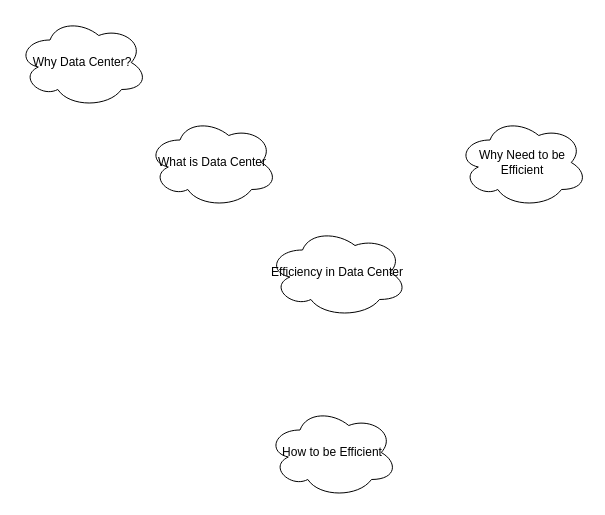
The draw.io diagram Untitled Diagram.drawio in Midebar/Basdat, before the edit. Source tidied: cells renumbered, new cells numbered last; positions are measured from the earlier drawing's top-left corner, leaving out a move shared by most shapes. Both pictures are drawn from the tidied source at 100%, with x=0, y=0 at pixel (17, 17).
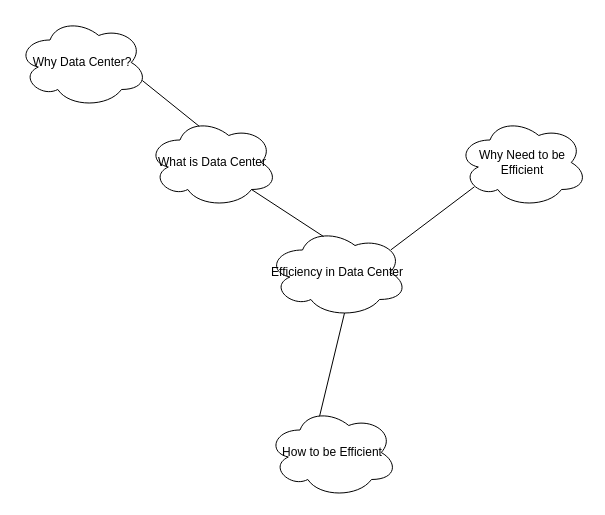
Above is the later version.

What changed in the source:
```diff
@@
 <mxGraphModel>
   <root>
     <mxCell id="0" />
     <mxCell id="1" parent="0" />
+    <mxCell id="7" style="rounded=0;jettySize=auto;html=1;exitX=0.55;exitY=0.95;exitDx=0;exitDy=0;exitPerimeter=0;entryX=0.4;entryY=0.1;entryDx=0;entryDy=0;entryPerimeter=0;endArrow=none;endFill=0;" parent="1" edge="1" source="2" target="5">
+      <mxGeometry relative="1" as="geometry" />
+    </mxCell>
     <mxCell id="2" value="Efficiency in Data Center" style="ellipse;shape=cloud;whiteSpace=wrap;html=1;" parent="1" vertex="1">
       <mxGeometry x="250" y="210" width="140" height="90" as="geometry" />
     </mxCell>
+    <mxCell id="8" style="edgeStyle=none;rounded=0;jettySize=auto;html=1;exitX=0.4;exitY=0.1;exitDx=0;exitDy=0;exitPerimeter=0;entryX=0.96;entryY=0.7;entryDx=0;entryDy=0;entryPerimeter=0;endArrow=none;endFill=0;" parent="1" edge="1" source="3" target="6">
+      <mxGeometry relative="1" as="geometry" />
+    </mxCell>
     <mxCell id="3" value="What is Data Center" style="ellipse;shape=cloud;whiteSpace=wrap;html=1;" parent="1" vertex="1">
       <mxGeometry x="130" y="100" width="130" height="90" as="geometry" />
     </mxCell>
+    <mxCell id="9" style="rounded=0;jettySize=auto;html=1;exitX=0.13;exitY=0.77;exitDx=0;exitDy=0;exitPerimeter=0;entryX=0.88;entryY=0.25;entryDx=0;entryDy=0;entryPerimeter=0;endArrow=none;endFill=0;" parent="1" edge="1" source="4" target="2">
+      <mxGeometry relative="1" as="geometry" />
+    </mxCell>
     <mxCell id="4" value="Why Need to be Efficient" style="ellipse;shape=cloud;whiteSpace=wrap;html=1;" parent="1" vertex="1">
       <mxGeometry x="440" y="100" width="130" height="90" as="geometry" />
     </mxCell>
     <mxCell id="5" value="How to be Efficient" style="ellipse;shape=cloud;whiteSpace=wrap;html=1;" parent="1" vertex="1">
       <mxGeometry x="250" y="390" width="130" height="90" as="geometry" />
     </mxCell>
     <mxCell id="6" value="Why Data Center?" style="ellipse;shape=cloud;whiteSpace=wrap;html=1;" parent="1" vertex="1">
       <mxGeometry width="130" height="90" as="geometry" />
     </mxCell>
+    <mxCell id="10" style="endArrow=none;html=1;rounded=0;exitX=0.8;exitY=0.8;exitDx=0;exitDy=0;exitPerimeter=0;entryX=0.4;entryY=0.1;entryDx=0;entryDy=0;entryPerimeter=0;" parent="1" edge="1" source="3" target="2">
+      <mxGeometry relative="1" as="geometry" />
+    </mxCell>
   </root>
 </mxGraphModel>
```
